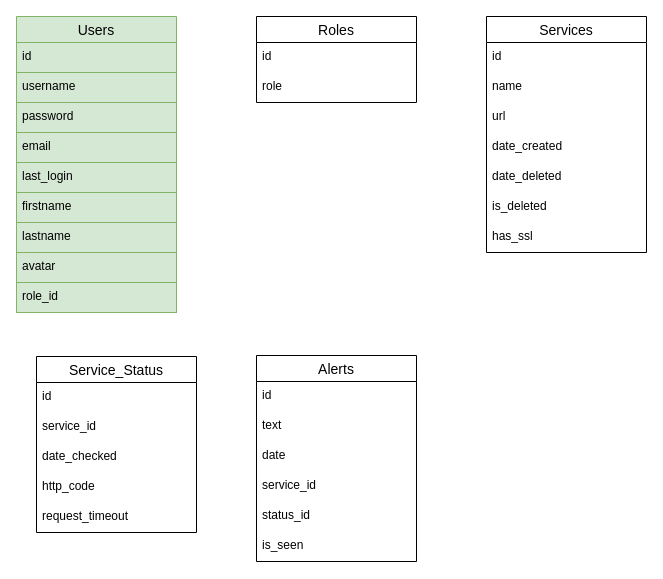
Above: documents/MySQL.drawio in Mihaildimitrov/return_to_sleep (draw.io), before the change. Source tidied: cells renumbered, new cells numbered last; positions are measured from the earlier drawing's top-left corner, leaving out a move shared by most shapes. Both pictures are drawn from the tidied source at 100%, with x=0, y=0 at pixel (16, 16).
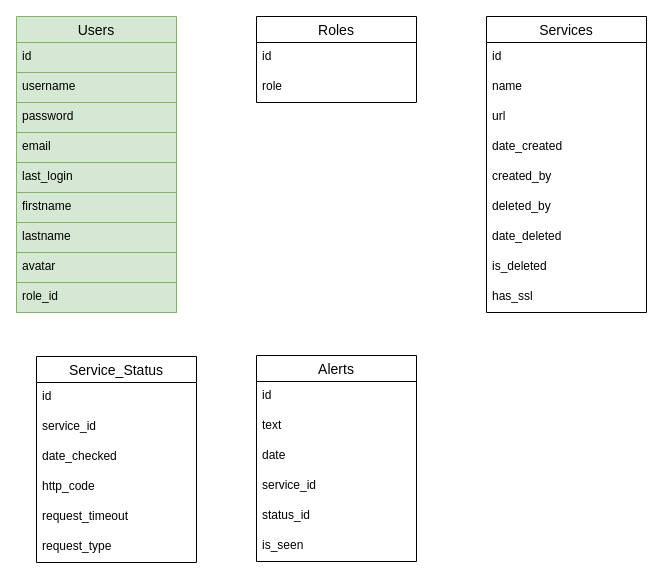
The same diagram, later.

Change to the diagram source:
```diff
@@
     <mxCell id="15" value="Services" style="swimlane;fontStyle=0;horizontal=1;startSize=26;align=center;fontSize=14;" parent="1" vertex="1">
-      <mxGeometry x="470" width="160" height="236" as="geometry" />
+      <mxGeometry x="470" width="160" height="296" as="geometry" />
     </mxCell>
@@
+    <mxCell id="36" value="created_by" style="text;strokeColor=none;fillColor=none;spacingLeft=4;spacingRight=4;overflow=hidden;fontSize=12;" parent="15" vertex="1">
+      <mxGeometry y="146" width="160" height="30" as="geometry" />
+    </mxCell>
+    <mxCell id="37" value="deleted_by&#10;" style="text;strokeColor=none;fillColor=none;spacingLeft=4;spacingRight=4;overflow=hidden;fontSize=12;" parent="15" vertex="1">
+      <mxGeometry y="176" width="160" height="30" as="geometry" />
+    </mxCell>
     <mxCell id="20" value="date_deleted" style="text;strokeColor=none;fillColor=none;spacingLeft=4;spacingRight=4;overflow=hidden;fontSize=12;" parent="15" vertex="1">
-      <mxGeometry y="146" width="160" height="30" as="geometry" />
+      <mxGeometry y="206" width="160" height="30" as="geometry" />
     </mxCell>
     <mxCell id="21" value="is_deleted" style="text;strokeColor=none;fillColor=none;spacingLeft=4;spacingRight=4;overflow=hidden;fontSize=12;" parent="15" vertex="1">
-      <mxGeometry y="176" width="160" height="30" as="geometry" />
+      <mxGeometry y="236" width="160" height="30" as="geometry" />
     </mxCell>
     <mxCell id="22" value="has_ssl" style="text;strokeColor=none;fillColor=none;spacingLeft=4;spacingRight=4;overflow=hidden;fontSize=12;" parent="15" vertex="1">
-      <mxGeometry y="206" width="160" height="30" as="geometry" />
+      <mxGeometry y="266" width="160" height="30" as="geometry" />
     </mxCell>
     <mxCell id="23" value="Service_Status" style="swimlane;fontStyle=0;horizontal=1;startSize=26;align=center;fontSize=14;" parent="1" vertex="1">
-      <mxGeometry x="20" y="340" width="160" height="176" as="geometry" />
+      <mxGeometry x="20" y="340" width="160" height="206" as="geometry" />
     </mxCell>
@@
+    <mxCell id="38" value="request_type" style="text;strokeColor=none;fillColor=none;spacingLeft=4;spacingRight=4;overflow=hidden;fontSize=12;" parent="23" vertex="1">
+      <mxGeometry y="176" width="160" height="30" as="geometry" />
+    </mxCell>
```
